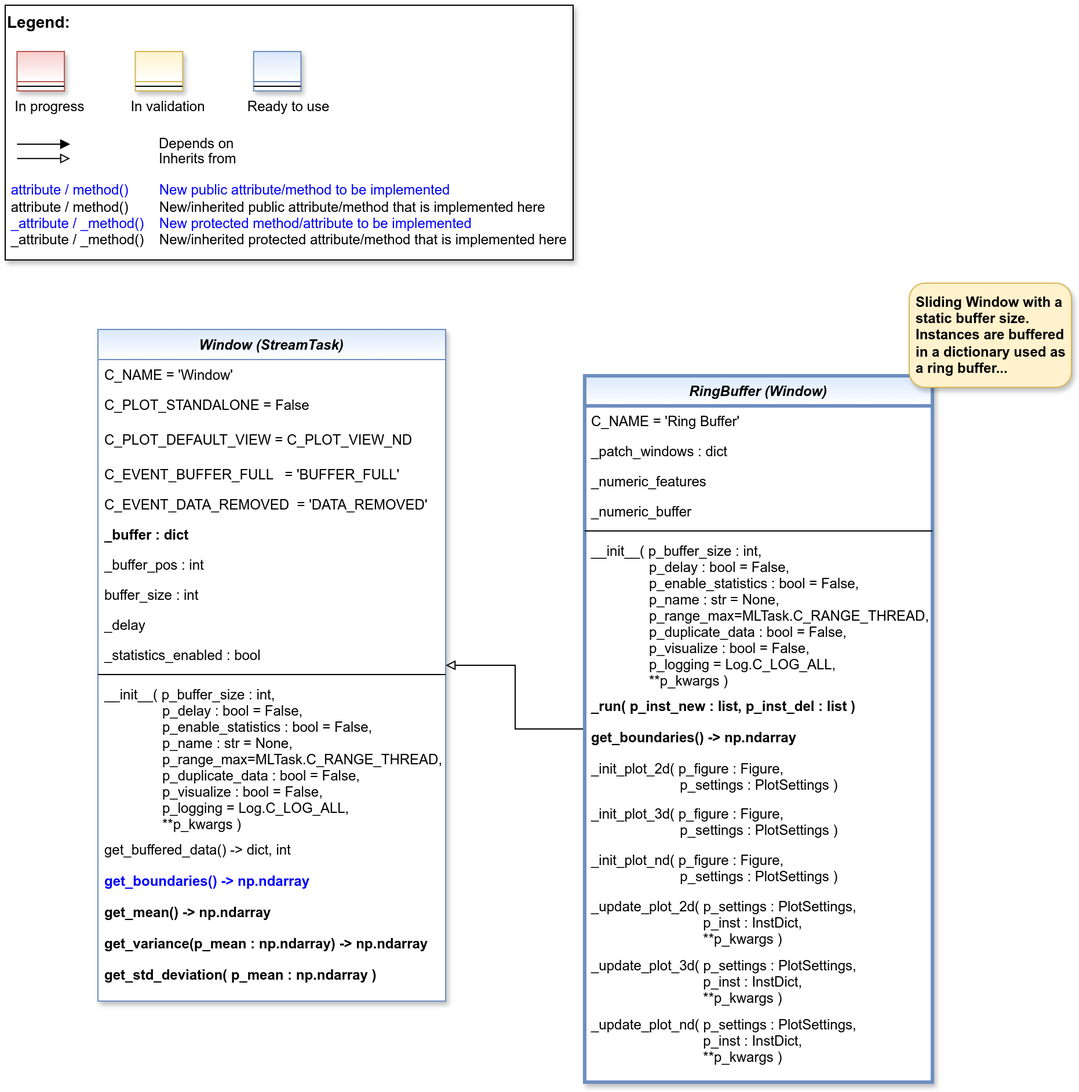
Earlier version of the draw.io export doc/rtd/content/99_appendices/appendix2/sub/mlpro_bf/layer3_application_support/bf_streams_pool/tasks/images/MLPro-BF-Streams-Tasks-Window_class_diagram.drawio.png (fhswf/MLPro). Source tidied: cells renumbered, new cells last; positions are measured from the earlier drawing's top-left corner, leaving out a move shared by most shapes.
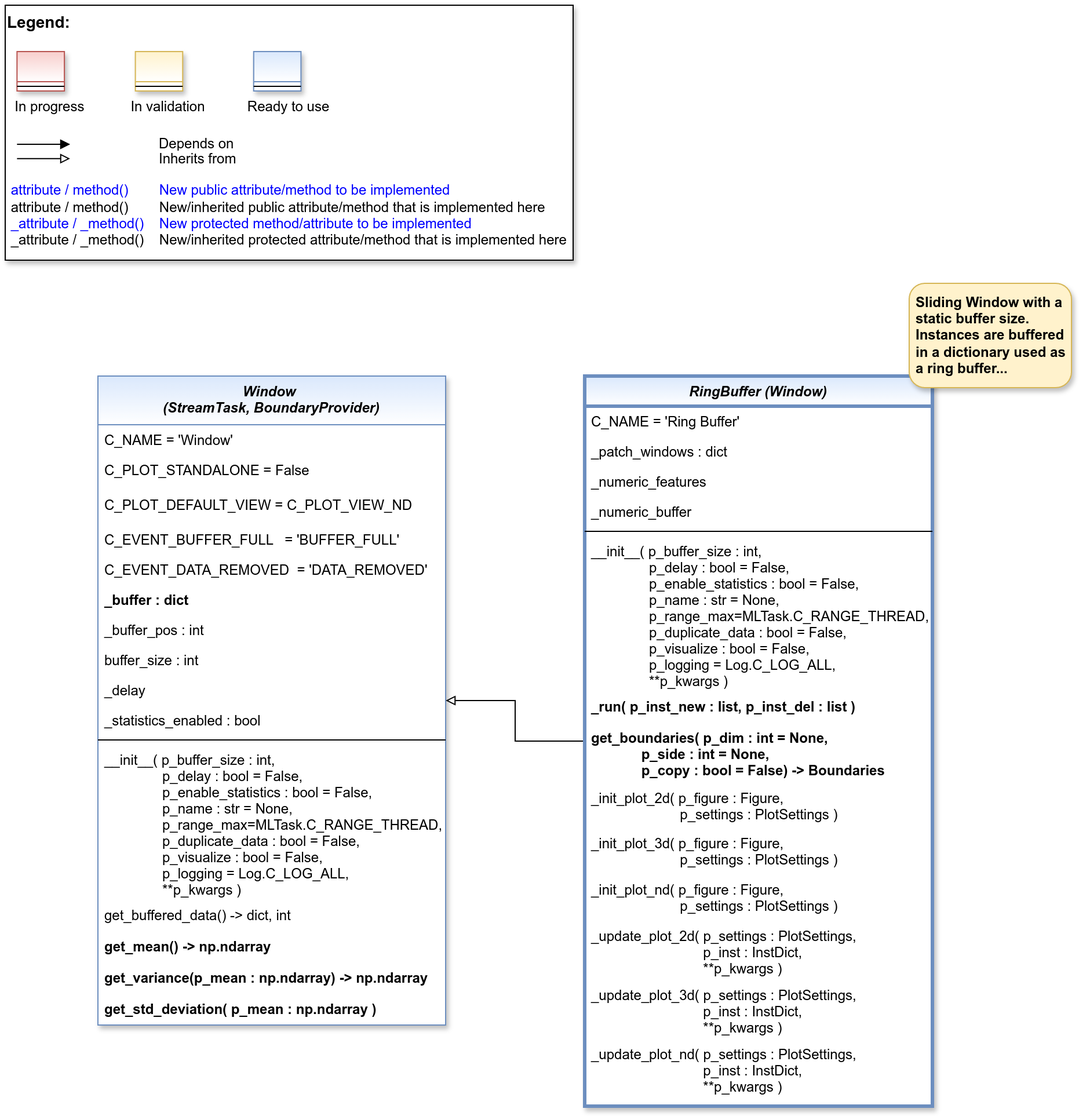
Above is the later version.

Commit message:
Refact: Class RingBuffer - Design updates and optimization of online plotting 2D/3D #1200

Diff of the diagram source:
```diff
@@ -43,110 +43,107 @@
     <mxCell id="11" style="line;html=1;strokeWidth=1;align=left;verticalAlign=middle;spacingTop=-1;spacingLeft=3;spacingRight=3;labelPosition=right;" parent="10" vertex="1">
       <mxGeometry y="26" width="40.8" height="8" as="geometry" />
     </mxCell>
-    <mxCell id="12" value="Window (StreamTask)" style="swimlane;fontStyle=3;align=center;verticalAlign=top;horizontal=1;startSize=26;rounded=0;shadow=1;strokeWidth=1;swimlaneFillColor=#ffffff;fillColor=#dae8fc;strokeColor=#6c8ebf;gradientColor=#FFFFFF;" parent="1" vertex="1">
-      <mxGeometry x="80" y="280" width="300" height="580" as="geometry" />
+    <mxCell id="12" value="Window &#10;(StreamTask, BoundaryProvider)" style="swimlane;fontStyle=3;align=center;verticalAlign=top;horizontal=1;startSize=42;rounded=0;shadow=1;strokeWidth=1;swimlaneFillColor=#ffffff;fillColor=#dae8fc;strokeColor=#6c8ebf;gradientColor=#FFFFFF;" parent="1" vertex="1">
+      <mxGeometry x="80" y="320" width="300" height="560" as="geometry" />
     </mxCell>
     <mxCell id="13" value="C_NAME = 'Window'" style="text;align=left;verticalAlign=top;spacingLeft=4;spacingRight=4;overflow=hidden;fontColor=default;" parent="12" vertex="1">
-      <mxGeometry y="26" width="300" height="26" as="geometry" />
+      <mxGeometry y="42" width="300" height="26" as="geometry" />
     </mxCell>
     <mxCell id="14" value="C_PLOT_STANDALONE = False" style="text;align=left;verticalAlign=top;spacingLeft=4;spacingRight=4;overflow=hidden;fontColor=default;" parent="12" vertex="1">
-      <mxGeometry y="52" width="300" height="30" as="geometry" />
+      <mxGeometry y="68" width="300" height="30" as="geometry" />
     </mxCell>
     <mxCell id="15" value="C_PLOT_DEFAULT_VIEW = C_PLOT_VIEW_ND" style="text;align=left;verticalAlign=top;spacingLeft=4;spacingRight=4;overflow=hidden;fontColor=default;" parent="12" vertex="1">
-      <mxGeometry y="82" width="300" height="30" as="geometry" />
+      <mxGeometry y="98" width="300" height="30" as="geometry" />
     </mxCell>
     <mxCell id="16" value="C_EVENT_BUFFER_FULL   = 'BUFFER_FULL'" style="text;align=left;verticalAlign=top;spacingLeft=4;spacingRight=4;overflow=hidden;fontColor=default;" parent="12" vertex="1">
-      <mxGeometry y="112" width="300" height="26" as="geometry" />
+      <mxGeometry y="128" width="300" height="26" as="geometry" />
     </mxCell>
     <mxCell id="17" value="C_EVENT_DATA_REMOVED  = 'DATA_REMOVED'" style="text;align=left;verticalAlign=top;spacingLeft=4;spacingRight=4;overflow=hidden;fontColor=default;" parent="12" vertex="1">
-      <mxGeometry y="138" width="300" height="26" as="geometry" />
+      <mxGeometry y="154" width="300" height="26" as="geometry" />
     </mxCell>
     <mxCell id="18" value="_buffer : dict" style="text;align=left;verticalAlign=top;spacingLeft=4;spacingRight=4;overflow=hidden;fontColor=default;fontStyle=1;" parent="12" vertex="1">
-      <mxGeometry y="164" width="300" height="26" as="geometry" />
+      <mxGeometry y="180" width="300" height="26" as="geometry" />
     </mxCell>
     <mxCell id="19" value="_buffer_pos : int" style="text;align=left;verticalAlign=top;spacingLeft=4;spacingRight=4;overflow=hidden;fontColor=default;" parent="12" vertex="1">
-      <mxGeometry y="190" width="300" height="26" as="geometry" />
+      <mxGeometry y="206" width="300" height="26" as="geometry" />
     </mxCell>
     <mxCell id="20" value="buffer_size : int" style="text;align=left;verticalAlign=top;spacingLeft=4;spacingRight=4;overflow=hidden;fontColor=default;" parent="12" vertex="1">
-      <mxGeometry y="216" width="300" height="26" as="geometry" />
+      <mxGeometry y="232" width="300" height="26" as="geometry" />
     </mxCell>
     <mxCell id="21" value="_delay" style="text;align=left;verticalAlign=top;spacingLeft=4;spacingRight=4;overflow=hidden;fontColor=default;" parent="12" vertex="1">
-      <mxGeometry y="242" width="300" height="26" as="geometry" />
+      <mxGeometry y="258" width="300" height="26" as="geometry" />
     </mxCell>
     <mxCell id="22" value="_statistics_enabled : bool" style="text;align=left;verticalAlign=top;spacingLeft=4;spacingRight=4;overflow=hidden;fontColor=default;" parent="12" vertex="1">
-      <mxGeometry y="268" width="300" height="26" as="geometry" />
+      <mxGeometry y="284" width="300" height="26" as="geometry" />
     </mxCell>
     <mxCell id="23" style="line;html=1;strokeWidth=1;align=left;verticalAlign=middle;spacingTop=-1;spacingLeft=3;spacingRight=3;labelPosition=right;" parent="12" vertex="1">
-      <mxGeometry y="294" width="300" height="8" as="geometry" />
+      <mxGeometry y="310" width="300" height="8" as="geometry" />
     </mxCell>
     <mxCell id="24" value="__init__( p_buffer_size : int,&#10;               p_delay : bool = False,&#10;               p_enable_statistics : bool = False,&#10;               p_name : str = None,&#10;               p_range_max=MLTask.C_RANGE_THREAD,&#10;               p_duplicate_data : bool = False,&#10;               p_visualize : bool = False,&#10;               p_logging = Log.C_LOG_ALL,&#10;               **p_kwargs )" style="text;align=left;verticalAlign=top;spacingLeft=4;spacingRight=4;overflow=hidden;fontColor=default;" parent="12" vertex="1">
-      <mxGeometry y="302" width="300" height="134" as="geometry" />
+      <mxGeometry y="318" width="300" height="134" as="geometry" />
     </mxCell>
     <mxCell id="25" value="get_buffered_data() -&gt; dict, int" style="text;align=left;verticalAlign=top;spacingLeft=4;spacingRight=4;overflow=hidden;fontColor=default;" parent="12" vertex="1">
-      <mxGeometry y="436" width="300" height="27" as="geometry" />
+      <mxGeometry y="452" width="300" height="27" as="geometry" />
     </mxCell>
-    <mxCell id="26" value="get_boundaries() -&gt; np.ndarray" style="text;align=left;verticalAlign=top;spacingLeft=4;spacingRight=4;overflow=hidden;fontColor=#0000FF;fontStyle=1;" parent="12" vertex="1">
-      <mxGeometry y="463" width="300" height="27" as="geometry" />
+    <mxCell id="26" value="get_mean() -&gt; np.ndarray" style="text;align=left;verticalAlign=top;spacingLeft=4;spacingRight=4;overflow=hidden;fontColor=default;fontStyle=1;" parent="12" vertex="1">
+      <mxGeometry y="479" width="300" height="27" as="geometry" />
     </mxCell>
-    <mxCell id="27" value="get_mean() -&gt; np.ndarray" style="text;align=left;verticalAlign=top;spacingLeft=4;spacingRight=4;overflow=hidden;fontColor=default;fontStyle=1;" parent="12" vertex="1">
-      <mxGeometry y="490" width="300" height="27" as="geometry" />
+    <mxCell id="27" value="get_variance(p_mean : np.ndarray) -&gt; np.ndarray" style="text;align=left;verticalAlign=top;spacingLeft=4;spacingRight=4;overflow=hidden;fontColor=default;fontStyle=1;" parent="12" vertex="1">
+      <mxGeometry y="506" width="300" height="27" as="geometry" />
     </mxCell>
-    <mxCell id="28" value="get_variance(p_mean : np.ndarray) -&gt; np.ndarray" style="text;align=left;verticalAlign=top;spacingLeft=4;spacingRight=4;overflow=hidden;fontColor=default;fontStyle=1;" parent="12" vertex="1">
-      <mxGeometry y="517" width="300" height="27" as="geometry" />
+    <mxCell id="28" value="get_std_deviation( p_mean : np.ndarray )" style="text;align=left;verticalAlign=top;spacingLeft=4;spacingRight=4;overflow=hidden;fontColor=default;fontStyle=1;" parent="12" vertex="1">
+      <mxGeometry y="533" width="300" height="27" as="geometry" />
     </mxCell>
-    <mxCell id="29" value="get_std_deviation( p_mean : np.ndarray )" style="text;align=left;verticalAlign=top;spacingLeft=4;spacingRight=4;overflow=hidden;fontColor=default;fontStyle=1;" parent="12" vertex="1">
-      <mxGeometry y="544" width="300" height="27" as="geometry" />
+    <mxCell id="29" style="edgeStyle=orthogonalEdgeStyle;rounded=0;jettySize=auto;html=1;endArrow=block;endFill=0;" parent="1" edge="1" source="30" target="12">
+      <mxGeometry relative="1" as="geometry" />
     </mxCell>
-    <mxCell id="30" style="edgeStyle=orthogonalEdgeStyle;rounded=0;jettySize=auto;html=1;endArrow=block;endFill=0;" parent="1" edge="1" source="31" target="12">
-      <mxGeometry relative="1" as="geometry" />
+    <mxCell id="30" value="RingBuffer (Window)" style="swimlane;fontStyle=3;align=center;verticalAlign=top;horizontal=1;startSize=26;rounded=0;shadow=1;strokeWidth=3;swimlaneFillColor=#ffffff;fillColor=#dae8fc;strokeColor=#6c8ebf;gradientColor=#FFFFFF;" parent="1" vertex="1">
+      <mxGeometry x="500" y="320" width="300" height="630" as="geometry" />
     </mxCell>
-    <mxCell id="31" value="RingBuffer (Window)" style="swimlane;fontStyle=3;align=center;verticalAlign=top;horizontal=1;startSize=26;rounded=0;shadow=1;strokeWidth=3;swimlaneFillColor=#ffffff;fillColor=#dae8fc;strokeColor=#6c8ebf;gradientColor=#FFFFFF;" parent="1" vertex="1">
-      <mxGeometry x="500" y="320" width="300" height="610" as="geometry" />
+    <mxCell id="31" value="C_NAME = 'Ring Buffer'" style="text;align=left;verticalAlign=top;spacingLeft=4;spacingRight=4;overflow=hidden;points=[[0,0.5],[1,0.5]];portConstraint=eastwest;fontColor=default;" parent="30" vertex="1">
+      <mxGeometry y="26" width="300" height="26" as="geometry" />
     </mxCell>
-    <mxCell id="32" value="C_NAME = 'Ring Buffer'" style="text;align=left;verticalAlign=top;spacingLeft=4;spacingRight=4;overflow=hidden;fontColor=default;" parent="31" vertex="1">
-      <mxGeometry y="26" width="300" height="26" as="geometry" />
+    <mxCell id="32" value="_patch_windows : dict" style="text;align=left;verticalAlign=top;spacingLeft=4;spacingRight=4;overflow=hidden;fontColor=default;" parent="30" vertex="1">
+      <mxGeometry y="52" width="300" height="26" as="geometry" />
     </mxCell>
-    <mxCell id="33" value="_patch_windows : dict" style="text;align=left;verticalAlign=top;spacingLeft=4;spacingRight=4;overflow=hidden;fontColor=default;" parent="31" vertex="1">
-      <mxGeometry y="52" width="300" height="26" as="geometry" />
+    <mxCell id="33" value="_numeric_features" style="text;align=left;verticalAlign=top;spacingLeft=4;spacingRight=4;overflow=hidden;fontColor=default;" parent="30" vertex="1">
+      <mxGeometry y="78" width="300" height="26" as="geometry" />
     </mxCell>
-    <mxCell id="34" value="_numeric_features" style="text;align=left;verticalAlign=top;spacingLeft=4;spacingRight=4;overflow=hidden;fontColor=default;" parent="31" vertex="1">
-      <mxGeometry y="78" width="300" height="26" as="geometry" />
+    <mxCell id="34" value="_numeric_buffer" style="text;align=left;verticalAlign=top;spacingLeft=4;spacingRight=4;overflow=hidden;fontColor=default;" parent="30" vertex="1">
+      <mxGeometry y="104" width="300" height="26" as="geometry" />
     </mxCell>
-    <mxCell id="35" value="_numeric_buffer" style="text;align=left;verticalAlign=top;spacingLeft=4;spacingRight=4;overflow=hidden;fontColor=default;" parent="31" vertex="1">
-      <mxGeometry y="104" width="300" height="26" as="geometry" />
+    <mxCell id="35" style="line;html=1;strokeWidth=1;align=left;verticalAlign=middle;spacingTop=-1;spacingLeft=3;spacingRight=3;labelPosition=right;" parent="30" vertex="1">
+      <mxGeometry y="130" width="300" height="8" as="geometry" />
     </mxCell>
-    <mxCell id="36" style="line;html=1;strokeWidth=1;align=left;verticalAlign=middle;spacingTop=-1;spacingLeft=3;spacingRight=3;labelPosition=right;" parent="31" vertex="1">
-      <mxGeometry y="130" width="300" height="8" as="geometry" />
+    <mxCell id="36" value="__init__( p_buffer_size : int,&#10;               p_delay : bool = False,&#10;               p_enable_statistics : bool = False,&#10;               p_name : str = None,&#10;               p_range_max=MLTask.C_RANGE_THREAD,&#10;               p_duplicate_data : bool = False,&#10;               p_visualize : bool = False,&#10;               p_logging = Log.C_LOG_ALL,&#10;               **p_kwargs )" style="text;align=left;verticalAlign=top;spacingLeft=4;spacingRight=4;overflow=hidden;fontColor=default;" parent="30" vertex="1">
+      <mxGeometry y="138" width="300" height="134" as="geometry" />
     </mxCell>
-    <mxCell id="37" value="__init__( p_buffer_size : int,&#10;               p_delay : bool = False,&#10;               p_enable_statistics : bool = False,&#10;               p_name : str = None,&#10;               p_range_max=MLTask.C_RANGE_THREAD,&#10;               p_duplicate_data : bool = False,&#10;               p_visualize : bool = False,&#10;               p_logging = Log.C_LOG_ALL,&#10;               **p_kwargs )" style="text;align=left;verticalAlign=top;spacingLeft=4;spacingRight=4;overflow=hidden;fontColor=default;" parent="31" vertex="1">
-      <mxGeometry y="138" width="300" height="134" as="geometry" />
+    <mxCell id="37" value="_run( p_inst_new : list, p_inst_del : list )" style="text;align=left;verticalAlign=top;spacingLeft=4;spacingRight=4;overflow=hidden;fontColor=default;fontStyle=1;" parent="30" vertex="1">
+      <mxGeometry y="272" width="300" height="27" as="geometry" />
     </mxCell>
-    <mxCell id="38" value="_run( p_inst_new : list, p_inst_del : list )" style="text;align=left;verticalAlign=top;spacingLeft=4;spacingRight=4;overflow=hidden;fontColor=default;fontStyle=1;" parent="31" vertex="1">
-      <mxGeometry y="272" width="300" height="27" as="geometry" />
+    <mxCell id="38" value="get_boundaries( p_dim : int = None, &#10;             p_side : int = None, &#10;             p_copy : bool = False) -&gt; Boundaries" style="text;align=left;verticalAlign=top;spacingLeft=4;spacingRight=4;overflow=hidden;fontColor=default;fontStyle=1;" parent="30" vertex="1">
+      <mxGeometry y="299" width="300" height="52" as="geometry" />
     </mxCell>
-    <mxCell id="39" value="get_boundaries() -&gt; np.ndarray" style="text;align=left;verticalAlign=top;spacingLeft=4;spacingRight=4;overflow=hidden;fontColor=default;fontStyle=1;" parent="31" vertex="1">
-      <mxGeometry y="299" width="300" height="27" as="geometry" />
+    <mxCell id="39" value="_init_plot_2d( p_figure : Figure, &#10;                       p_settings : PlotSettings )" style="text;align=left;verticalAlign=top;spacingLeft=4;spacingRight=4;overflow=hidden;fontColor=default;" parent="30" vertex="1">
+      <mxGeometry y="351" width="300" height="39" as="geometry" />
     </mxCell>
-    <mxCell id="40" value="_init_plot_2d( p_figure : Figure, &#10;                       p_settings : PlotSettings )" style="text;align=left;verticalAlign=top;spacingLeft=4;spacingRight=4;overflow=hidden;fontColor=default;" parent="31" vertex="1">
-      <mxGeometry y="326" width="300" height="39" as="geometry" />
+    <mxCell id="40" value="_init_plot_3d( p_figure : Figure, &#10;                       p_settings : PlotSettings )" style="text;align=left;verticalAlign=top;spacingLeft=4;spacingRight=4;overflow=hidden;fontColor=default;" parent="30" vertex="1">
+      <mxGeometry y="390" width="300" height="40" as="geometry" />
     </mxCell>
-    <mxCell id="41" value="_init_plot_3d( p_figure : Figure, &#10;                       p_settings : PlotSettings )" style="text;align=left;verticalAlign=top;spacingLeft=4;spacingRight=4;overflow=hidden;fontColor=default;" parent="31" vertex="1">
-      <mxGeometry y="365" width="300" height="40" as="geometry" />
+    <mxCell id="41" value="_init_plot_nd( p_figure : Figure, &#10;                       p_settings : PlotSettings )" style="text;align=left;verticalAlign=top;spacingLeft=4;spacingRight=4;overflow=hidden;fontColor=default;" parent="30" vertex="1">
+      <mxGeometry y="430" width="300" height="40" as="geometry" />
     </mxCell>
-    <mxCell id="42" value="_init_plot_nd( p_figure : Figure, &#10;                       p_settings : PlotSettings )" style="text;align=left;verticalAlign=top;spacingLeft=4;spacingRight=4;overflow=hidden;fontColor=default;" parent="31" vertex="1">
-      <mxGeometry y="405" width="300" height="40" as="geometry" />
+    <mxCell id="42" value="_update_plot_2d( p_settings : PlotSettings,&#10;                             p_inst : InstDict,&#10;                             **p_kwargs )" style="text;align=left;verticalAlign=top;spacingLeft=4;spacingRight=4;overflow=hidden;fontColor=default;" parent="30" vertex="1">
+      <mxGeometry y="470" width="300" height="51" as="geometry" />
     </mxCell>
-    <mxCell id="43" value="_update_plot_2d( p_settings : PlotSettings,&#10;                             p_inst : InstDict,&#10;                             **p_kwargs )" style="text;align=left;verticalAlign=top;spacingLeft=4;spacingRight=4;overflow=hidden;fontColor=default;" parent="31" vertex="1">
-      <mxGeometry y="445" width="300" height="51" as="geometry" />
+    <mxCell id="43" value="_update_plot_3d( p_settings : PlotSettings,&#10;                             p_inst : InstDict,&#10;                             **p_kwargs )" style="text;align=left;verticalAlign=top;spacingLeft=4;spacingRight=4;overflow=hidden;fontColor=default;" parent="30" vertex="1">
+      <mxGeometry y="521" width="300" height="51" as="geometry" />
     </mxCell>
-    <mxCell id="44" value="_update_plot_3d( p_settings : PlotSettings,&#10;                             p_inst : InstDict,&#10;                             **p_kwargs )" style="text;align=left;verticalAlign=top;spacingLeft=4;spacingRight=4;overflow=hidden;fontColor=default;" parent="31" vertex="1">
-      <mxGeometry y="496" width="300" height="51" as="geometry" />
+    <mxCell id="44" value="_update_plot_nd( p_settings : PlotSettings,&#10;                             p_inst : InstDict,&#10;                             **p_kwargs )" style="text;align=left;verticalAlign=top;spacingLeft=4;spacingRight=4;overflow=hidden;fontColor=default;" parent="30" vertex="1">
+      <mxGeometry y="572" width="300" height="51" as="geometry" />
     </mxCell>
-    <mxCell id="45" value="_update_plot_nd( p_settings : PlotSettings,&#10;                             p_inst : InstDict,&#10;                             **p_kwargs )" style="text;align=left;verticalAlign=top;spacingLeft=4;spacingRight=4;overflow=hidden;fontColor=default;" parent="31" vertex="1">
-      <mxGeometry y="547" width="300" height="51" as="geometry" />
+    <mxCell id="45" value="&lt;span style=&quot;font-weight: 700;&quot;&gt;Sliding Window with a static buffer size. Instances are buffered in a dictionary used as a ring buffer...&lt;/span&gt;" style="rounded=1;whiteSpace=wrap;html=1;align=left;spacingLeft=4;verticalAlign=middle;fillColor=#fff2cc;strokeColor=#d6b656;gradientColor=none;shadow=1;" parent="1" vertex="1">
+      <mxGeometry x="780" y="240" width="140" height="90" as="geometry" />
     </mxCell>
-    <mxCell id="46" value="&lt;span style=&quot;font-weight: 700;&quot;&gt;Sliding Window with a static buffer size. Instances are buffered in a dictionary used as a ring buffer...&lt;/span&gt;" style="rounded=1;whiteSpace=wrap;html=1;align=left;spacingLeft=4;verticalAlign=middle;fillColor=#fff2cc;strokeColor=#d6b656;gradientColor=none;shadow=1;" parent="1" vertex="1">
-      <mxGeometry x="780" y="240" width="140" height="90" as="geometry" />
-    </mxCell>
   </root>
 </mxGraphModel>
```
